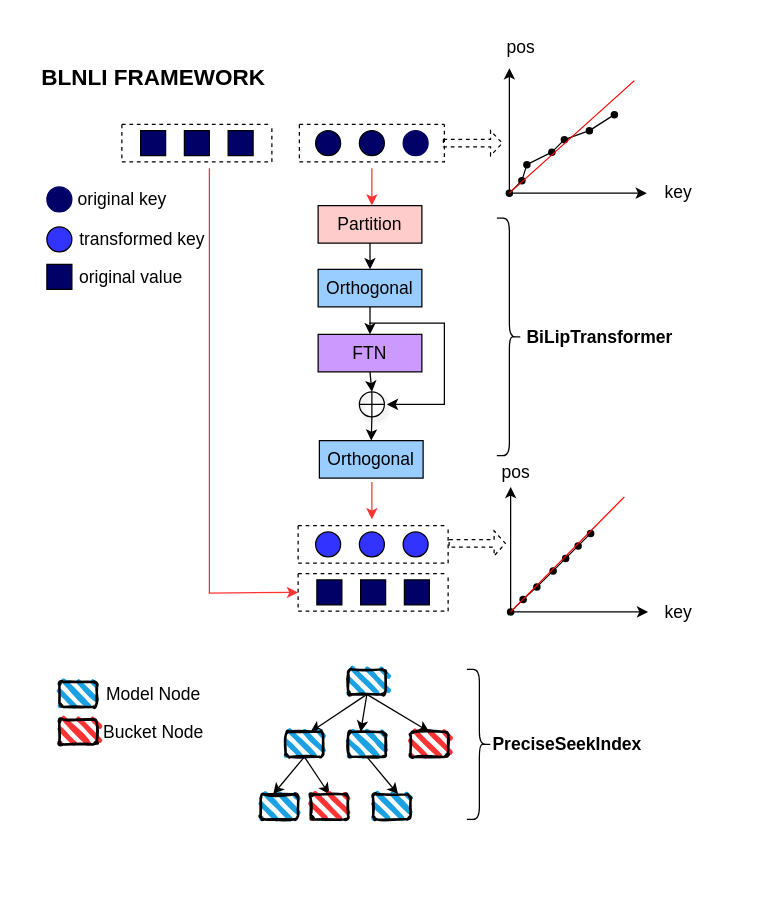
jingtao8a/draw.io keeps this draw.io diagram as images/BLNLI.drawio. Above is the earlier version. Source tidied: cells renumbered, new cells numbered last; positions are measured from the earlier drawing's top-left corner, leaving out a move shared by most shapes. Both pictures are drawn from the tidied source at 125%, with x=0, y=0 at pixel (21, 28).
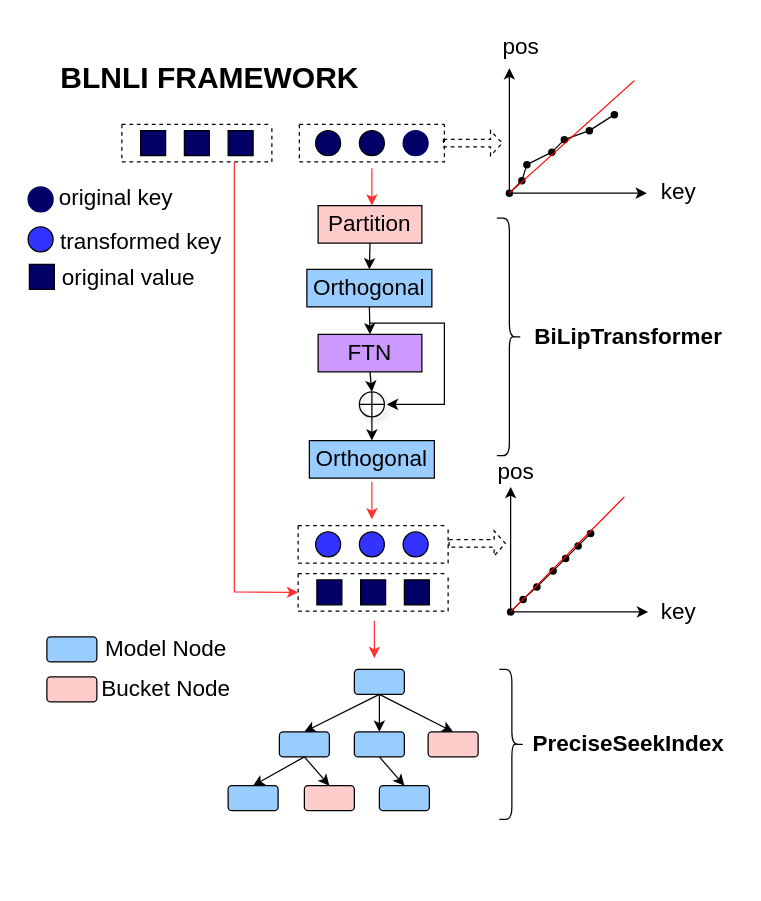
The same page after the edit.

The change refers to these unchanged cells:
```xml
<mxCell id="37" style="swimlane;startSize=0;strokeColor=none;" parent="1" vertex="1">
  <mxGeometry y="12" width="570" height="670" as="geometry" />
</mxCell>
<mxCell id="64" style="swimlane;startSize=0;dashed=1;" parent="37" vertex="1">
  <mxGeometry x="221" y="424.4" width="120" height="30" as="geometry" />
</mxCell>
<mxCell id="66" style="swimlane;startSize=0;dashed=1;" parent="37" vertex="1">
  <mxGeometry x="80" y="65" width="120" height="30" as="geometry" />
</mxCell>
```

The edit, as a diff of the source:
```diff
@@
-    <mxCell id="13" style="endArrow=classic;html=1;rounded=0;fillColor=#FF3333;strokeColor=#FF3333;entryX=0;entryY=0.5;entryDx=0;entryDy=0;" parent="1" edge="1" target="64">
-      <mxGeometry relative="1" as="geometry">
-        <mxPoint x="150" y="112" as="sourcePoint" />
-        <Array as="points">
-          <mxPoint x="150" y="452" />
-        </Array>
-      </mxGeometry>
-    </mxCell>
     <mxCell id="14" style="ellipse;whiteSpace=wrap;html=1;fillColor=#000066;strokeColor=#000066;" parent="1" vertex="1">
-      <mxGeometry x="20" y="127" width="20" height="20" as="geometry" />
+      <mxGeometry x="5" y="127" width="20" height="20" as="geometry" />
     </mxCell>
     <mxCell id="15" style="ellipse;whiteSpace=wrap;html=1;fillColor=#3333FF;" parent="1" vertex="1">
-      <mxGeometry x="20" y="159" width="20" height="20" as="geometry" />
+      <mxGeometry x="5" y="159" width="20" height="20" as="geometry" />
     </mxCell>
     <mxCell id="16" style="rounded=0;whiteSpace=wrap;html=1;fillColor=#000066;" parent="1" vertex="1">
-      <mxGeometry x="20" y="189" width="20" height="20" as="geometry" />
+      <mxGeometry x="6" y="189" width="20" height="20" as="geometry" />
     </mxCell>
-    <mxCell id="17" value="&lt;font style=&quot;font-size: 14px;&quot;&gt;original value&lt;/font&gt;" style="text;html=1;align=center;verticalAlign=middle;strokeColor=none;fillColor=none;" parent="1" vertex="1">
-      <mxGeometry x="32" y="184" width="110" height="30" as="geometry" />
-    </mxCell>
-    <mxCell id="18" value="&lt;font style=&quot;font-size: 14px;&quot;&gt;transformed key&lt;/font&gt;" style="text;html=1;align=center;verticalAlign=middle;strokeColor=none;fillColor=none;" parent="1" vertex="1">
-      <mxGeometry x="36" y="154" width="120" height="30" as="geometry" />
-    </mxCell>
-    <mxCell id="19" value="&lt;font style=&quot;font-size: 14px;&quot;&gt;original key&lt;/font&gt;" style="text;html=1;align=center;verticalAlign=middle;strokeColor=none;fillColor=none;" parent="1" vertex="1">
-      <mxGeometry x="35" y="122" width="90" height="30" as="geometry" />
-    </mxCell>
@@
-    <mxCell id="33" value="&lt;font style=&quot;font-size: 14px;&quot;&gt;pos&lt;/font&gt;" style="text;html=1;align=center;verticalAlign=middle;strokeColor=none;fillColor=none;" parent="1" vertex="1">
-      <mxGeometry x="374" width="50" height="30" as="geometry" />
+    <mxCell id="33" value="&lt;font style=&quot;font-size: 18px;&quot;&gt;pos&lt;/font&gt;" style="text;html=1;align=center;verticalAlign=middle;strokeColor=none;fillColor=none;" parent="1" vertex="1">
+      <mxGeometry x="374" y="-5" width="50" height="40" as="geometry" />
     </mxCell>
@@
-    <mxCell id="38" value="&lt;b&gt;&lt;font style=&quot;font-size: 18px;&quot;&gt;BLNLI FRAMEWORK&lt;/font&gt;&lt;/b&gt;" style="text;html=1;align=center;verticalAlign=middle;strokeColor=none;fillColor=none;" parent="37" vertex="1">
-      <mxGeometry x="5" y="8" width="200" height="40" as="geometry" />
+    <mxCell id="38" value="&lt;b&gt;&lt;font style=&quot;font-size: 24px;&quot;&gt;BLNLI FRAMEWORK&lt;/font&gt;&lt;/b&gt;" style="text;html=1;align=center;verticalAlign=middle;strokeColor=none;fillColor=none;" parent="37" vertex="1">
+      <mxGeometry x="20" y="8" width="260" height="40" as="geometry" />
     </mxCell>
@@
-    <mxCell id="42" value="&lt;b&gt;&lt;font style=&quot;font-size: 14px;&quot;&gt;PreciseSeekIndex&lt;/font&gt;&lt;/b&gt;" style="text;html=1;align=center;verticalAlign=middle;strokeColor=none;fillColor=none;rotation=0;" parent="37" vertex="1">
-      <mxGeometry x="366" y="546" width="140" height="30" as="geometry" />
+    <mxCell id="42" value="&lt;b&gt;&lt;font style=&quot;font-size: 18px;&quot;&gt;PreciseSeekIndex&lt;/font&gt;&lt;/b&gt;" style="text;html=1;align=center;verticalAlign=middle;strokeColor=none;fillColor=none;rotation=0;" parent="37" vertex="1">
+      <mxGeometry x="395" y="541" width="180" height="40" as="geometry" />
     </mxCell>
-    <mxCell id="43" style="endArrow=classic;html=1;rounded=0;exitX=0.5;exitY=1;exitDx=0;exitDy=0;" parent="37" edge="1" source="49">
-      <mxGeometry relative="1" as="geometry">
-        <mxPoint x="231" y="551" as="targetPoint" />
-      </mxGeometry>
-    </mxCell>
-    <mxCell id="44" style="endArrow=classic;html=1;rounded=0;exitX=0.5;exitY=1;exitDx=0;exitDy=0;" parent="37" edge="1" source="49">
-      <mxGeometry relative="1" as="geometry">
-        <mxPoint x="271" y="551" as="targetPoint" />
-      </mxGeometry>
-    </mxCell>
-    <mxCell id="45" style="endArrow=classic;html=1;rounded=0;exitX=0.5;exitY=1;exitDx=0;exitDy=0;entryX=0.5;entryY=0;entryDx=0;entryDy=0;" parent="37" edge="1" source="49" target="50">
-      <mxGeometry relative="1" as="geometry" />
-    </mxCell>
-    <mxCell id="46" style="endArrow=classic;html=1;rounded=0;exitX=0.5;exitY=1;exitDx=0;exitDy=0;" parent="37" edge="1" source="54">
-      <mxGeometry relative="1" as="geometry">
-        <mxPoint x="201" y="601" as="targetPoint" />
-      </mxGeometry>
-    </mxCell>
-    <mxCell id="47" style="endArrow=classic;html=1;rounded=0;exitX=0.5;exitY=1;exitDx=0;exitDy=0;entryX=0.5;entryY=0;entryDx=0;entryDy=0;" parent="37" edge="1" source="54" target="55">
-      <mxGeometry relative="1" as="geometry" />
-    </mxCell>
-    <mxCell id="48" style="endArrow=classic;html=1;rounded=0;exitX=0.5;exitY=1;exitDx=0;exitDy=0;" parent="37" edge="1" source="53">
-      <mxGeometry relative="1" as="geometry">
-        <mxPoint x="301" y="601" as="targetPoint" />
-      </mxGeometry>
-    </mxCell>
-    <mxCell id="49" style="rounded=1;whiteSpace=wrap;html=1;strokeWidth=2;fillWeight=4;hachureGap=8;hachureAngle=45;fillColor=#1ba1e2;sketch=1;" parent="37" vertex="1">
-      <mxGeometry x="261" y="501" width="30" height="20" as="geometry" />
-    </mxCell>
-    <mxCell id="50" style="rounded=1;whiteSpace=wrap;html=1;strokeWidth=2;fillWeight=4;hachureGap=8;hachureAngle=45;fillColor=#FF3333;sketch=1;" parent="37" vertex="1">
-      <mxGeometry x="311" y="551" width="30" height="20" as="geometry" />
-    </mxCell>
-    <mxCell id="51" style="rounded=1;whiteSpace=wrap;html=1;strokeWidth=2;fillWeight=4;hachureGap=8;hachureAngle=45;fillColor=#1ba1e2;sketch=1;" parent="37" vertex="1">
-      <mxGeometry x="191" y="601" width="30" height="20" as="geometry" />
-    </mxCell>
-    <mxCell id="52" style="rounded=1;whiteSpace=wrap;html=1;strokeWidth=2;fillWeight=4;hachureGap=8;hachureAngle=45;fillColor=#1ba1e2;sketch=1;" parent="37" vertex="1">
-      <mxGeometry x="281" y="601" width="30" height="20" as="geometry" />
-    </mxCell>
-    <mxCell id="53" style="rounded=1;whiteSpace=wrap;html=1;strokeWidth=2;fillWeight=4;hachureGap=8;hachureAngle=45;fillColor=#1ba1e2;sketch=1;" parent="37" vertex="1">
-      <mxGeometry x="261" y="551" width="30" height="20" as="geometry" />
-    </mxCell>
-    <mxCell id="54" style="rounded=1;whiteSpace=wrap;html=1;strokeWidth=2;fillWeight=4;hachureGap=8;hachureAngle=45;fillColor=#1ba1e2;sketch=1;" parent="37" vertex="1">
-      <mxGeometry x="211" y="551" width="30" height="20" as="geometry" />
-    </mxCell>
-    <mxCell id="55" style="rounded=1;whiteSpace=wrap;html=1;strokeWidth=2;fillWeight=4;hachureGap=8;hachureAngle=45;fillColor=#FF3333;sketch=1;" parent="37" vertex="1">
-      <mxGeometry x="231" y="601" width="30" height="20" as="geometry" />
-    </mxCell>
     <mxCell id="56" style="shape=curlyBracket;whiteSpace=wrap;html=1;rounded=1;flipH=1;labelPosition=right;verticalLabelPosition=middle;align=left;verticalAlign=middle;" parent="37" vertex="1">
-      <mxGeometry x="356" y="501" width="20" height="120" as="geometry" />
+      <mxGeometry x="382" y="501" width="20" height="120" as="geometry" />
     </mxCell>
-    <mxCell id="57" style="rounded=1;whiteSpace=wrap;html=1;strokeWidth=2;fillWeight=4;hachureGap=8;hachureAngle=45;fillColor=#1ba1e2;sketch=1;" parent="37" vertex="1">
-      <mxGeometry x="30" y="511" width="30" height="20" as="geometry" />
-    </mxCell>
-    <mxCell id="58" style="rounded=1;whiteSpace=wrap;html=1;strokeWidth=2;fillWeight=4;hachureGap=8;hachureAngle=45;fillColor=#FF3333;sketch=1;" parent="37" vertex="1">
-      <mxGeometry x="30" y="541" width="30" height="20" as="geometry" />
-    </mxCell>
-    <mxCell id="59" value="&lt;font style=&quot;font-size: 14px;&quot;&gt;Model Node&lt;/font&gt;" style="text;html=1;align=center;verticalAlign=middle;strokeColor=none;fillColor=none;" parent="37" vertex="1">
-      <mxGeometry x="55" y="506" width="100" height="30" as="geometry" />
-    </mxCell>
-    <mxCell id="60" value="&lt;font style=&quot;font-size: 14px;&quot;&gt;Bucket Node&lt;/font&gt;" style="text;html=1;align=center;verticalAlign=middle;strokeColor=none;fillColor=none;" parent="37" vertex="1">
-      <mxGeometry x="55" y="536" width="100" height="30" as="geometry" />
-    </mxCell>
@@
-    <mxCell id="81" value="&lt;font style=&quot;font-size: 14px;&quot;&gt;pos&lt;/font&gt;" style="text;html=1;align=center;verticalAlign=middle;strokeColor=none;fillColor=none;" parent="37" vertex="1">
-      <mxGeometry x="370" y="328" width="50" height="30" as="geometry" />
+    <mxCell id="81" value="&lt;font style=&quot;font-size: 18px;&quot;&gt;pos&lt;/font&gt;" style="text;html=1;align=center;verticalAlign=middle;strokeColor=none;fillColor=none;" parent="37" vertex="1">
+      <mxGeometry x="370" y="323" width="50" height="40" as="geometry" />
     </mxCell>
@@
-    <mxCell id="85" value="&lt;font style=&quot;font-size: 14px;&quot;&gt;Orthogonal&lt;/font&gt;" style="rounded=0;whiteSpace=wrap;html=1;fillColor=#99CCFF;" parent="37" vertex="1">
-      <mxGeometry x="237" y="181" width="83" height="30" as="geometry" />
+    <mxCell id="85" value="&lt;font style=&quot;font-size: 18px;&quot;&gt;Orthogonal&lt;/font&gt;" style="rounded=0;whiteSpace=wrap;html=1;fillColor=#99CCFF;" parent="37" vertex="1">
+      <mxGeometry x="228" y="181" width="100" height="30" as="geometry" />
     </mxCell>
-    <mxCell id="86" value="&lt;font style=&quot;font-size: 14px;&quot;&gt;Orthogonal&lt;/font&gt;" style="rounded=0;whiteSpace=wrap;html=1;fillColor=#99CCFF;" parent="37" vertex="1">
-      <mxGeometry x="238" y="318" width="83" height="30" as="geometry" />
+    <mxCell id="86" value="&lt;font style=&quot;font-size: 18px;&quot;&gt;Orthogonal&lt;/font&gt;" style="rounded=0;whiteSpace=wrap;html=1;fillColor=#99CCFF;" parent="37" vertex="1">
+      <mxGeometry x="230" y="318" width="100" height="30" as="geometry" />
     </mxCell>
-    <mxCell id="87" value="&lt;font style=&quot;font-size: 14px;&quot;&gt;FTN&lt;/font&gt;" style="rounded=0;whiteSpace=wrap;html=1;fillColor=#CC99FF;" parent="37" vertex="1">
+    <mxCell id="87" value="&lt;font style=&quot;font-size: 18px;&quot;&gt;FTN&lt;/font&gt;" style="rounded=0;whiteSpace=wrap;html=1;fillColor=#CC99FF;" parent="37" vertex="1">
       <mxGeometry x="237" y="233" width="83" height="30" as="geometry" />
     </mxCell>
@@
-    <mxCell id="95" value="&lt;font style=&quot;font-size: 14px;&quot;&gt;Partition&lt;/font&gt;" style="rounded=0;whiteSpace=wrap;html=1;fillColor=#FFCCCC;" parent="37" vertex="1">
+    <mxCell id="95" value="&lt;font style=&quot;font-size: 18px;&quot;&gt;Partition&lt;/font&gt;" style="rounded=0;whiteSpace=wrap;html=1;fillColor=#FFCCCC;" parent="37" vertex="1">
       <mxGeometry x="237" y="130" width="83" height="30" as="geometry" />
     </mxCell>
@@
-    <mxCell id="97" value="&lt;b&gt;&lt;font style=&quot;font-size: 14px;&quot;&gt;BiLipTransformer&lt;/font&gt;&lt;/b&gt;" style="text;html=1;align=center;verticalAlign=middle;strokeColor=none;fillColor=none;rotation=0;" parent="37" vertex="1">
-      <mxGeometry x="392" y="220" width="140" height="30" as="geometry" />
+    <mxCell id="97" value="&lt;b&gt;&lt;font style=&quot;font-size: 18px;&quot;&gt;BiLipTransformer&lt;/font&gt;&lt;/b&gt;" style="text;html=1;align=center;verticalAlign=middle;strokeColor=none;fillColor=none;rotation=0;" parent="37" vertex="1">
+      <mxGeometry x="400" y="215" width="170" height="40" as="geometry" />
     </mxCell>
-    <mxCell id="98" value="&lt;font style=&quot;font-size: 14px;&quot;&gt;key&lt;/font&gt;" style="text;html=1;align=center;verticalAlign=middle;strokeColor=none;fillColor=none;" parent="37" vertex="1">
-      <mxGeometry x="500" y="103.6" width="50" height="30" as="geometry" />
+    <mxCell id="98" value="&lt;font style=&quot;font-size: 18px;&quot;&gt;key&lt;/font&gt;" style="text;html=1;align=center;verticalAlign=middle;strokeColor=none;fillColor=none;" parent="37" vertex="1">
+      <mxGeometry x="500" y="98.6" width="50" height="40" as="geometry" />
     </mxCell>
-    <mxCell id="99" value="&lt;font style=&quot;font-size: 14px;&quot;&gt;key&lt;/font&gt;" style="text;html=1;align=center;verticalAlign=middle;strokeColor=none;fillColor=none;" parent="37" vertex="1">
-      <mxGeometry x="500" y="440" width="50" height="30" as="geometry" />
+    <mxCell id="99" value="&lt;font style=&quot;font-size: 18px;&quot;&gt;key&lt;/font&gt;" style="text;html=1;align=center;verticalAlign=middle;strokeColor=none;fillColor=none;" parent="37" vertex="1">
+      <mxGeometry x="500" y="435" width="50" height="40" as="geometry" />
     </mxCell>
+    <mxCell id="100" style="rounded=1;whiteSpace=wrap;html=1;fillColor=#99CCFF;" parent="37" vertex="1">
+      <mxGeometry x="266" y="501" width="40" height="20" as="geometry" />
+    </mxCell>
+    <mxCell id="101" style="rounded=1;whiteSpace=wrap;html=1;fillColor=#FFCCCC;" parent="37" vertex="1">
+      <mxGeometry x="325" y="551" width="40" height="20" as="geometry" />
+    </mxCell>
+    <mxCell id="102" style="rounded=1;whiteSpace=wrap;html=1;fillColor=#99CCFF;" parent="37" vertex="1">
+      <mxGeometry x="206" y="551" width="40" height="20" as="geometry" />
+    </mxCell>
+    <mxCell id="103" style="rounded=1;whiteSpace=wrap;html=1;fillColor=#99CCFF;" parent="37" vertex="1">
+      <mxGeometry x="266" y="551" width="40" height="20" as="geometry" />
+    </mxCell>
+    <mxCell id="104" style="endArrow=classic;html=1;rounded=0;exitX=0.5;exitY=1;exitDx=0;exitDy=0;entryX=0.5;entryY=0;entryDx=0;entryDy=0;" parent="37" edge="1" source="100" target="102">
+      <mxGeometry relative="1" as="geometry" />
+    </mxCell>
+    <mxCell id="105" style="endArrow=classic;html=1;rounded=0;entryX=0.5;entryY=0;entryDx=0;entryDy=0;exitX=0.5;exitY=1;exitDx=0;exitDy=0;" parent="37" edge="1" source="100" target="103">
+      <mxGeometry relative="1" as="geometry" />
+    </mxCell>
+    <mxCell id="106" style="endArrow=classic;html=1;rounded=0;entryX=0.5;entryY=0;entryDx=0;entryDy=0;exitX=0.5;exitY=1;exitDx=0;exitDy=0;" parent="37" edge="1" source="100" target="101">
+      <mxGeometry relative="1" as="geometry" />
+    </mxCell>
+    <mxCell id="107" style="endArrow=classic;html=1;rounded=0;exitX=0.5;exitY=1;exitDx=0;exitDy=0;entryX=0.5;entryY=0;entryDx=0;entryDy=0;" parent="37" edge="1" source="102" target="110">
+      <mxGeometry relative="1" as="geometry" />
+    </mxCell>
+    <mxCell id="108" style="endArrow=classic;html=1;rounded=0;exitX=0.5;exitY=1;exitDx=0;exitDy=0;entryX=0.5;entryY=0;entryDx=0;entryDy=0;" parent="37" edge="1" source="102" target="112">
+      <mxGeometry relative="1" as="geometry" />
+    </mxCell>
+    <mxCell id="109" style="endArrow=classic;html=1;rounded=0;exitX=0.5;exitY=1;exitDx=0;exitDy=0;entryX=0.5;entryY=0;entryDx=0;entryDy=0;" parent="37" edge="1" source="103" target="111">
+      <mxGeometry relative="1" as="geometry" />
+    </mxCell>
+    <mxCell id="110" style="rounded=1;whiteSpace=wrap;html=1;fillColor=#99CCFF;" parent="37" vertex="1">
+      <mxGeometry x="165" y="594" width="40" height="20" as="geometry" />
+    </mxCell>
+    <mxCell id="111" style="rounded=1;whiteSpace=wrap;html=1;fillColor=#99CCFF;" parent="37" vertex="1">
+      <mxGeometry x="286" y="594" width="40" height="20" as="geometry" />
+    </mxCell>
+    <mxCell id="112" style="rounded=1;whiteSpace=wrap;html=1;fillColor=#FFCCCC;" parent="37" vertex="1">
+      <mxGeometry x="226" y="594" width="40" height="20" as="geometry" />
+    </mxCell>
+    <mxCell id="113" style="rounded=1;whiteSpace=wrap;html=1;fillColor=#FFCCCC;" parent="37" vertex="1">
+      <mxGeometry x="20" y="507" width="40" height="20" as="geometry" />
+    </mxCell>
+    <mxCell id="114" style="rounded=1;whiteSpace=wrap;html=1;fillColor=#99CCFF;" parent="37" vertex="1">
+      <mxGeometry x="20" y="475" width="40" height="20" as="geometry" />
+    </mxCell>
+    <mxCell id="59" value="&lt;font style=&quot;font-size: 18px;&quot;&gt;Model Node&lt;/font&gt;" style="text;html=1;align=center;verticalAlign=middle;strokeColor=none;fillColor=none;" parent="37" vertex="1">
+      <mxGeometry x="55" y="465" width="120" height="40" as="geometry" />
+    </mxCell>
+    <mxCell id="60" value="&lt;font style=&quot;font-size: 18px;&quot;&gt;Bucket Node&lt;/font&gt;" style="text;html=1;align=center;verticalAlign=middle;strokeColor=none;fillColor=none;" parent="37" vertex="1">
+      <mxGeometry x="50" y="497" width="130" height="40" as="geometry" />
+    </mxCell>
+    <mxCell id="19" value="&lt;font style=&quot;font-size: 18px;&quot;&gt;original key&lt;/font&gt;" style="text;html=1;align=center;verticalAlign=middle;strokeColor=none;fillColor=none;" parent="37" vertex="1">
+      <mxGeometry x="20" y="103.6" width="110" height="40" as="geometry" />
+    </mxCell>
+    <mxCell id="18" value="&lt;font style=&quot;font-size: 18px;&quot;&gt;transformed key&lt;/font&gt;" style="text;html=1;align=center;verticalAlign=middle;strokeColor=none;fillColor=none;" parent="37" vertex="1">
+      <mxGeometry x="20" y="138.6" width="150" height="40" as="geometry" />
+    </mxCell>
+    <mxCell id="17" value="&lt;font style=&quot;font-size: 18px;&quot;&gt;original value&lt;/font&gt;" style="text;html=1;align=center;verticalAlign=middle;strokeColor=none;fillColor=none;" parent="37" vertex="1">
+      <mxGeometry x="20" y="168" width="130" height="40" as="geometry" />
+    </mxCell>
+    <mxCell id="13" style="endArrow=classic;html=1;rounded=0;fillColor=#FF3333;strokeColor=#FF3333;entryX=0;entryY=0.5;entryDx=0;entryDy=0;exitX=0.75;exitY=1;exitDx=0;exitDy=0;" parent="37" edge="1" source="66" target="64">
+      <mxGeometry relative="1" as="geometry">
+        <Array as="points">
+          <mxPoint x="170" y="439" />
+        </Array>
+      </mxGeometry>
+    </mxCell>
+    <mxCell id="115" style="endArrow=classic;html=1;rounded=0;fillColor=#FF3333;strokeColor=#FF3333;" parent="1" edge="1">
+      <mxGeometry relative="1" as="geometry">
+        <mxPoint x="282" y="474" as="sourcePoint" />
+        <mxPoint x="282" y="504" as="targetPoint" />
+      </mxGeometry>
+    </mxCell>
```
